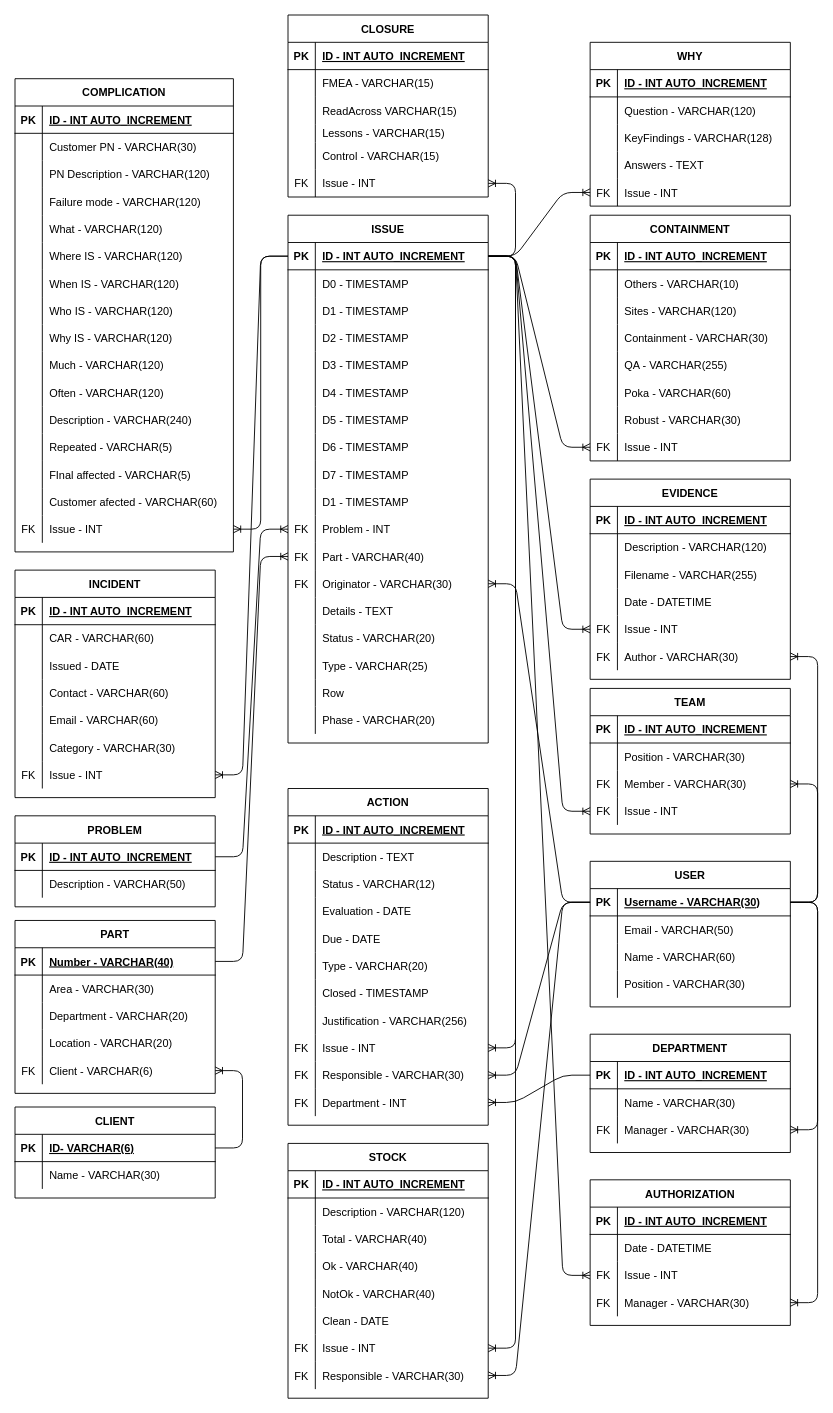
Earlier version of the draw.io diagram api/db/model/TableDiagram.drawio (FFahrenheit/ScrapActionListAPI). Source tidied: cells renumbered, new cells numbered last; positions are measured from the earlier drawing's top-left corner, leaving out a move shared by most shapes. Both pictures are drawn from the tidied source at 91%, with x=0, y=0 at pixel (15, 15).
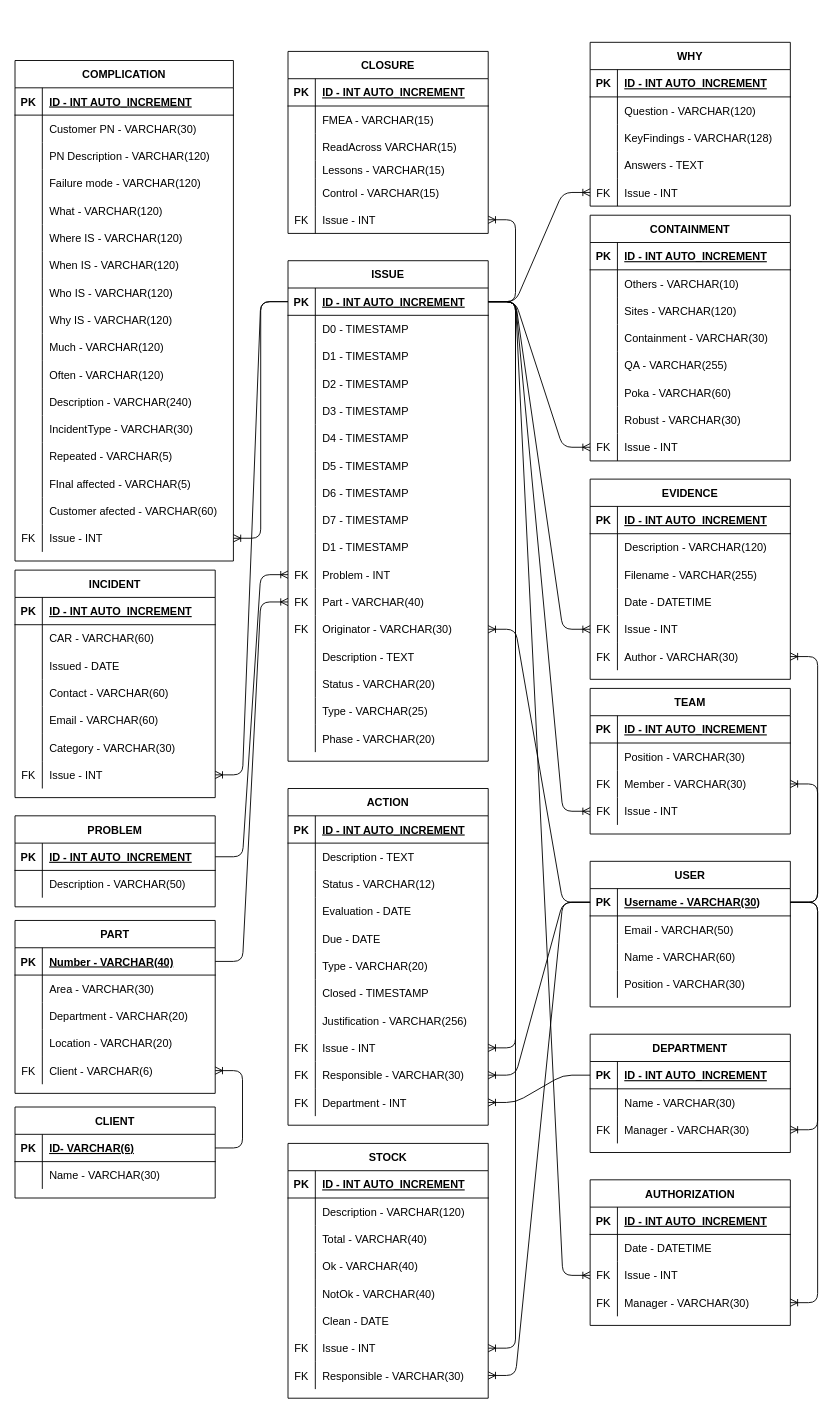
After the change.

Unchanged cells that the change refers to:
```xml
<mxCell id="72" style="shape=partialRectangle;fillColor=none;top=0;left=0;bottom=0;right=0;" parent="32" vertex="1">
  <mxGeometry y="420" width="220" height="30" as="geometry" />
</mxCell>
```

Change to the diagram source:
```diff
@@
     <mxCell id="32" value="ISSUE" style="shape=table;startSize=30;childLayout=tableLayout;rowLines=0;fontStyle=1;align=center;" parent="1" vertex="1">
-      <mxGeometry x="300" y="220" width="220" height="580" as="geometry" />
+      <mxGeometry x="300" y="270" width="220" height="550" as="geometry" />
     </mxCell>
@@
-    <mxCell id="74" value="Details - TEXT" style="shape=partialRectangle;fillColor=none;top=0;left=0;bottom=0;right=0;align=left;spacingLeft=6;overflow=hidden;" parent="72" vertex="1">
+    <mxCell id="74" value="Description - TEXT" style="shape=partialRectangle;fillColor=none;top=0;left=0;bottom=0;right=0;align=left;spacingLeft=6;overflow=hidden;" parent="72" vertex="1">
       <mxGeometry x="30" width="190" height="30" as="geometry" />
     </mxCell>
@@
-    <mxCell id="81" style="shape=partialRectangle;fillColor=none;top=0;left=0;bottom=0;right=0;" parent="32" vertex="1">
-      <mxGeometry y="510" width="220" height="30" as="geometry" />
-    </mxCell>
-    <mxCell id="82" style="shape=partialRectangle;fillColor=none;top=0;left=0;bottom=0;right=0;overflow=hidden;" parent="81" vertex="1">
-      <mxGeometry width="30" height="30" as="geometry" />
-    </mxCell>
-    <mxCell id="83" value="Row" style="shape=partialRectangle;fillColor=none;top=0;left=0;bottom=0;right=0;align=left;spacingLeft=6;overflow=hidden;" parent="81" vertex="1">
-      <mxGeometry x="30" width="190" height="30" as="geometry" />
-    </mxCell>
     <mxCell id="84" style="shape=partialRectangle;fillColor=none;top=0;left=0;bottom=0;right=0;strokeColor=#FF7D26;" parent="32" vertex="1">
-      <mxGeometry y="540" width="220" height="30" as="geometry" />
+      <mxGeometry y="510" width="220" height="30" as="geometry" />
     </mxCell>
@@
     <mxCell id="190" value="COMPLICATION" style="shape=table;startSize=30;childLayout=tableLayout;rowLines=0;fontStyle=1;align=center;" parent="1" vertex="1">
-      <mxGeometry y="70" width="240" height="520" as="geometry" />
+      <mxGeometry y="50" width="240" height="550" as="geometry" />
     </mxCell>
@@
+    <mxCell id="366" style="shape=partialRectangle;fillColor=none;top=0;left=0;bottom=0;right=0;" parent="190" vertex="1">
+      <mxGeometry y="390" width="240" height="30" as="geometry" />
+    </mxCell>
+    <mxCell id="82" style="shape=partialRectangle;fillColor=none;top=0;left=0;bottom=0;right=0;overflow=hidden;" parent="366" vertex="1">
+      <mxGeometry width="30" height="30" as="geometry" />
+    </mxCell>
+    <mxCell id="367" value="IncidentType - VARCHAR(30)" style="shape=partialRectangle;fillColor=none;top=0;left=0;bottom=0;right=0;align=left;spacingLeft=6;overflow=hidden;" parent="366" vertex="1">
+      <mxGeometry x="30" width="210" height="30" as="geometry" />
+    </mxCell>
     <mxCell id="227" style="shape=partialRectangle;fillColor=none;top=0;left=0;bottom=0;right=0;" parent="190" vertex="1">
-      <mxGeometry y="390" width="240" height="30" as="geometry" />
+      <mxGeometry y="420" width="240" height="30" as="geometry" />
     </mxCell>
@@
     <mxCell id="230" style="shape=partialRectangle;fillColor=none;top=0;left=0;bottom=0;right=0;" parent="190" vertex="1">
-      <mxGeometry y="420" width="240" height="30" as="geometry" />
+      <mxGeometry y="450" width="240" height="30" as="geometry" />
     </mxCell>
@@
     <mxCell id="233" style="shape=partialRectangle;fillColor=none;top=0;left=0;bottom=0;right=0;" parent="190" vertex="1">
-      <mxGeometry y="450" width="240" height="30" as="geometry" />
+      <mxGeometry y="480" width="240" height="30" as="geometry" />
     </mxCell>
@@
     <mxCell id="236" style="shape=partialRectangle;fillColor=none;top=0;left=0;bottom=0;right=0;points=[[0,0.5],[1,0.5]];portConstraint=eastwest;" parent="190" vertex="1">
-      <mxGeometry y="480" width="240" height="30" as="geometry" />
+      <mxGeometry y="510" width="240" height="30" as="geometry" />
     </mxCell>
@@
     <mxCell id="331" value="CLOSURE" style="shape=table;startSize=30;childLayout=tableLayout;rowLines=0;fontStyle=1;align=center;" parent="1" vertex="1">
-      <mxGeometry x="300" width="220" height="200" as="geometry" />
+      <mxGeometry x="300" y="40" width="220" height="200" as="geometry" />
     </mxCell>
```
